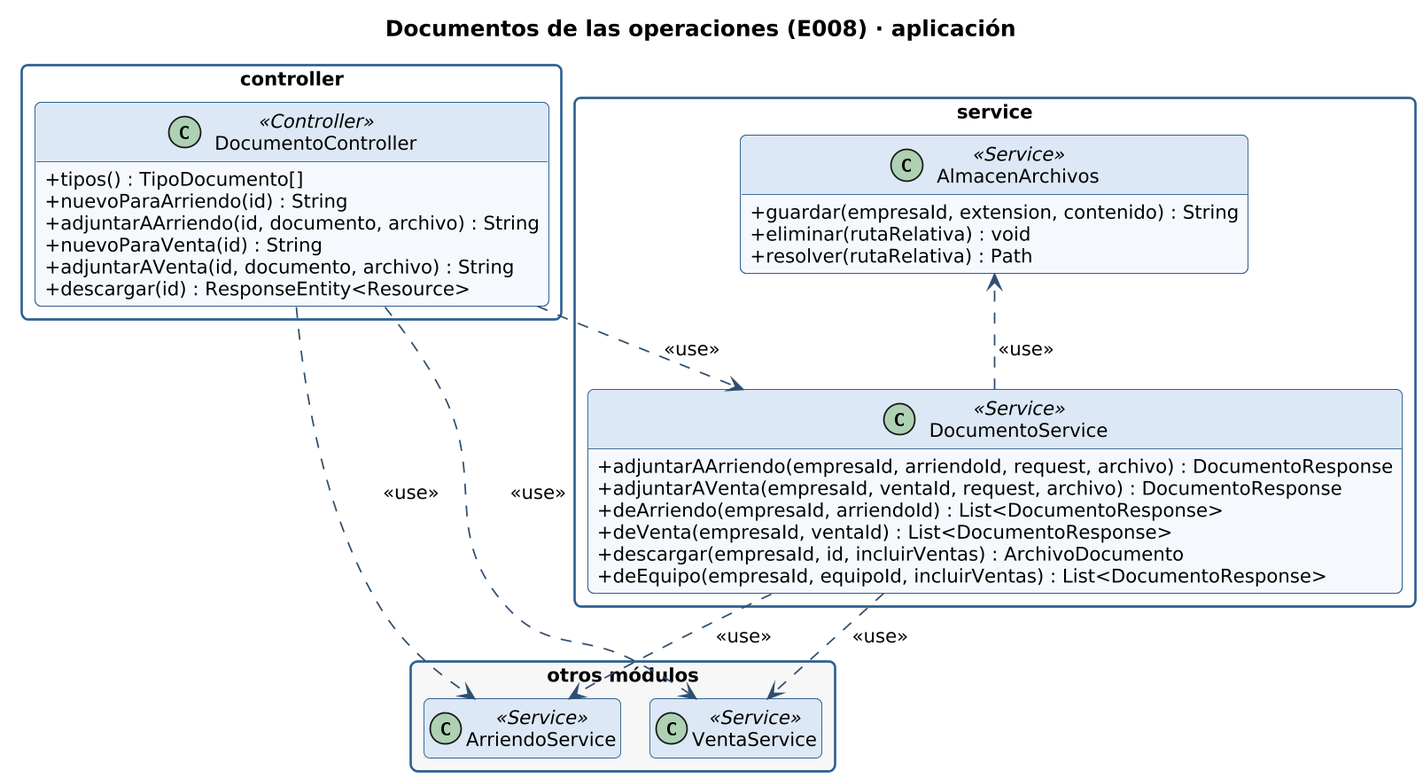
Earlier version of the PlantUML export docs/diagramas/clases-documentos-aplicacion.png (gonzaloarenasduoc/Mira).
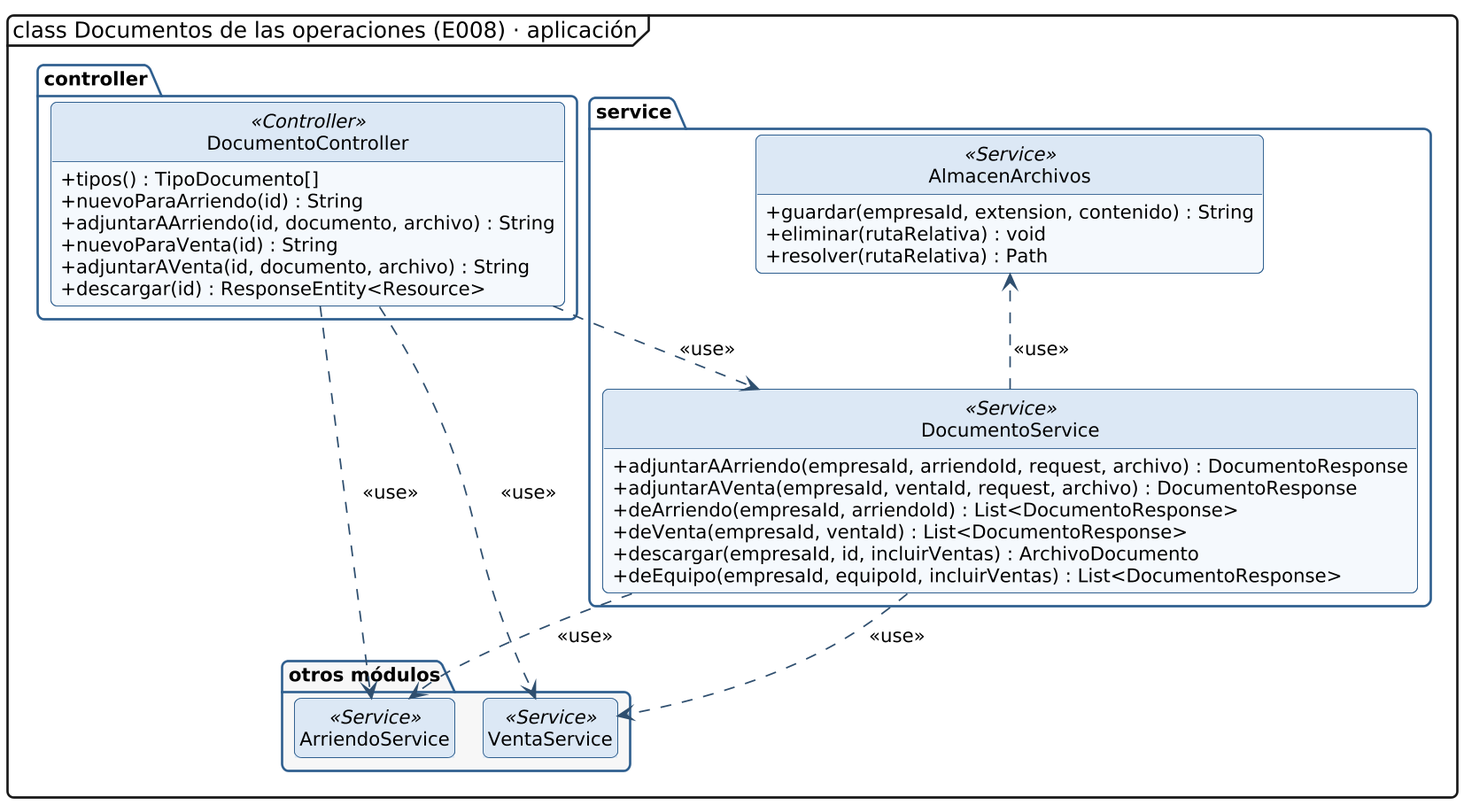
The same file after the commit.

Change to the diagram source:
```diff
@@ -1,11 +1,12 @@
 @startuml clases-documentos-aplicacion
 !include _estilo.iuml
 hide empty members
+hide circle
 skinparam classAttributeIconSize 0
-skinparam packageStyle rectangle
+skinparam packageStyle folder
 skinparam nodesep 25
 skinparam ranksep 45
-title Documentos de las operaciones (E008) · aplicación
+mainframe class Documentos de las operaciones (E008) · aplicación
 
 package "controller" {
   class DocumentoController <<Controller>> {
```
